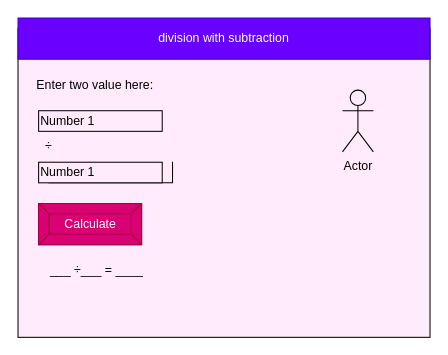
Earlier version of the draw.io diagram design/story-board.drawio (Liya-Getachew/ICS2O-Unit5-08-JS). Source tidied: cells renumbered, new cells numbered last; positions are measured from the earlier drawing's top-left corner, leaving out a move shared by most shapes. Both pictures are drawn from the tidied source at 103%, with x=0, y=0 at pixel (18, 18).
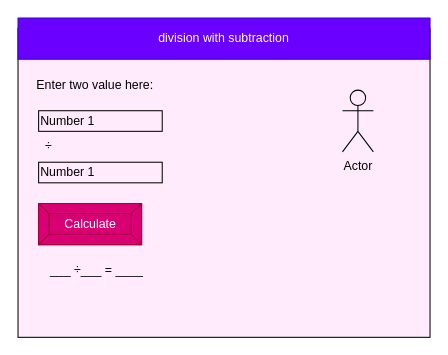
The same page after the edit.

Commit message (it also covers changes not shown here):
board and chart

What changed in the source:
```diff
@@
 <mxGraphModel>
   <root>
     <mxCell id="0" />
     <mxCell id="1" parent="0" />
     <mxCell id="2" style="rounded=0;whiteSpace=wrap;html=1;fillColor=#FFEBFC;" parent="1" vertex="1">
       <mxGeometry y="10" width="400" height="300" as="geometry" />
     </mxCell>
     <mxCell id="3" value="division with subtraction" style="rounded=0;whiteSpace=wrap;html=1;fillColor=#6a00ff;fontColor=#ffffff;strokeColor=#3700CC;" parent="1" vertex="1">
       <mxGeometry width="400" height="40" as="geometry" />
     </mxCell>
-    <mxCell id="4" style="shape=partialRectangle;whiteSpace=wrap;html=1;top=0;left=0;fillColor=none;" parent="1" vertex="1">
-      <mxGeometry x="30" y="140" width="120" height="20" as="geometry" />
-    </mxCell>
     <mxCell id="5" value="Calculate" style="labelPosition=center;verticalLabelPosition=middle;align=center;html=1;shape=mxgraph.basic.button;dx=10;fillColor=#d80073;fontColor=#ffffff;strokeColor=#A50040;" parent="1" vertex="1">
       <mxGeometry x="20" y="180" width="100" height="40" as="geometry" />
     </mxCell>
     <mxCell id="6" value="&lt;font color=&quot;#000000&quot;&gt;Enter two value here:&lt;/font&gt;" style="text;html=1;strokeColor=none;fillColor=none;align=center;verticalAlign=middle;whiteSpace=wrap;rounded=0;" parent="1" vertex="1">
       <mxGeometry y="50" width="150" height="30" as="geometry" />
     </mxCell>
     <mxCell id="7" value="Number 1" style="rounded=0;whiteSpace=wrap;html=1;fontColor=#000000;fillColor=#FFEBFC;strokeColor=#000000;align=left;" parent="1" vertex="1">
       <mxGeometry x="20" y="90" width="120" height="20" as="geometry" />
     </mxCell>
     <mxCell id="8" value="Number 1" style="rounded=0;whiteSpace=wrap;html=1;fontColor=#000000;fillColor=#FFEBFC;strokeColor=#000000;align=left;" parent="1" vertex="1">
       <mxGeometry x="20" y="140" width="120" height="20" as="geometry" />
     </mxCell>
     <mxCell id="9" value="÷" style="text;html=1;strokeColor=none;fillColor=none;align=center;verticalAlign=middle;whiteSpace=wrap;rounded=0;fontColor=#000000;" parent="1" vertex="1">
       <mxGeometry y="110" width="60" height="30" as="geometry" />
     </mxCell>
     <mxCell id="10" value="&amp;nbsp;___&amp;nbsp;÷___ = ____" style="text;html=1;strokeColor=none;fillColor=none;align=center;verticalAlign=middle;whiteSpace=wrap;rounded=0;fontColor=#000000;" parent="1" vertex="1">
       <mxGeometry x="10" y="230" width="130" height="30" as="geometry" />
     </mxCell>
     <mxCell id="11" value="Actor" style="shape=umlActor;verticalLabelPosition=bottom;verticalAlign=top;html=1;fontColor=#000000;strokeColor=#000000;fillColor=#FFEBFC;" parent="1" vertex="1">
       <mxGeometry x="315" y="70" width="30" height="60" as="geometry" />
     </mxCell>
   </root>
 </mxGraphModel>
```
